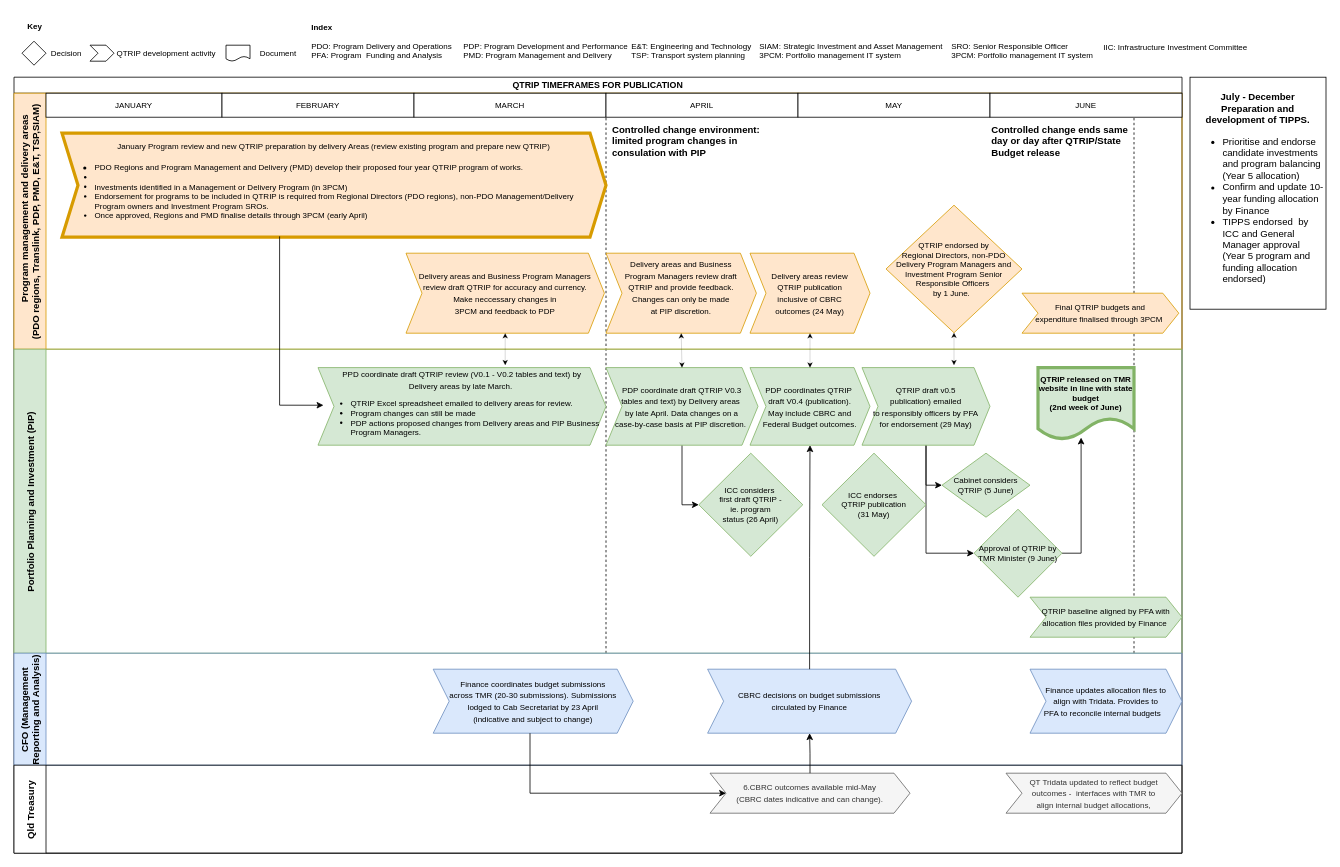
The draw.io diagram page "QTRIP" (1 of 5) of QTRIP and financial mapping.drawio in tzforster/great-suppository-name, before the edit. Source tidied: cells renumbered, new cells numbered last; positions are measured from the earlier drawing's top-left corner, leaving out a move shared by most shapes. Both pictures are drawn from the tidied source at 80%, with x=0, y=0 at pixel (14, 14).
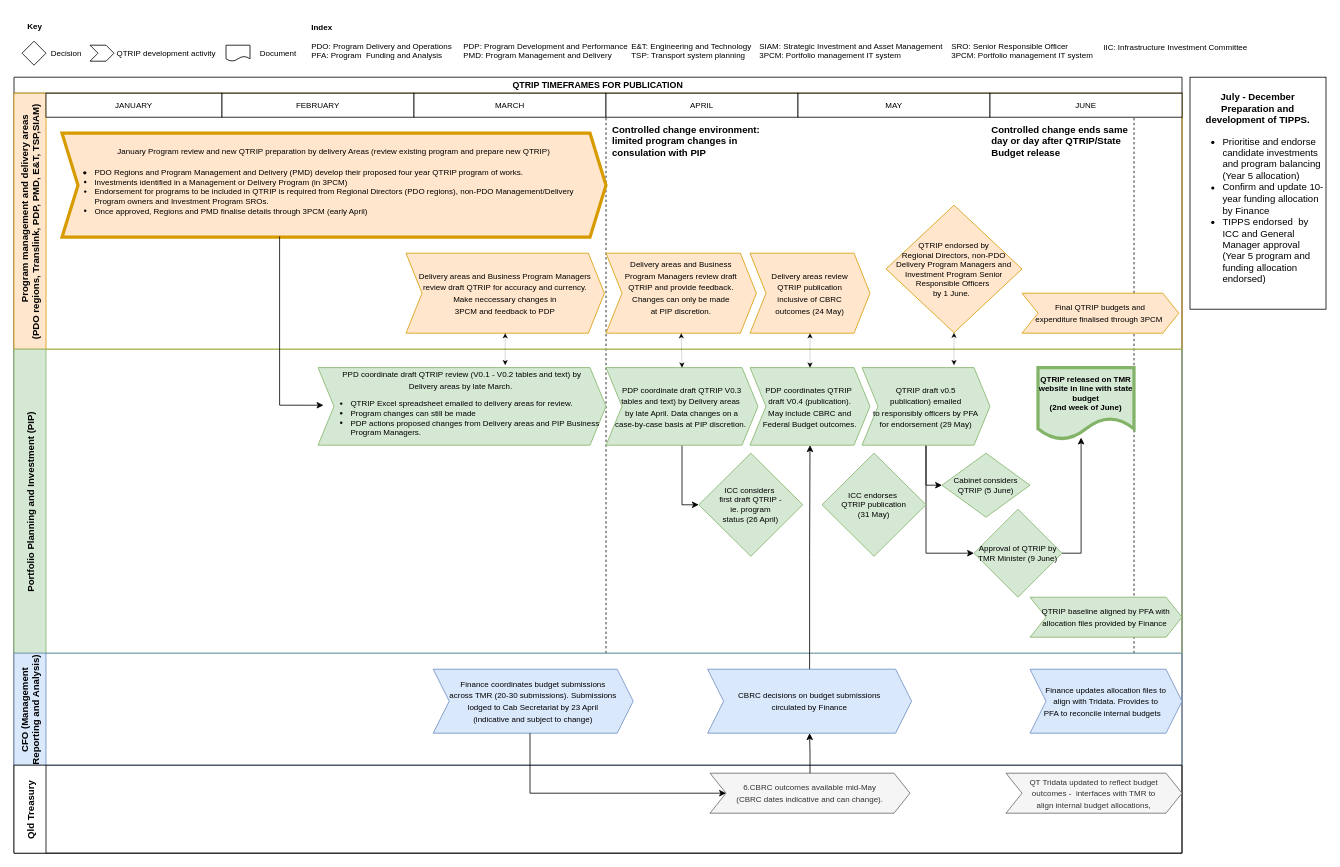
After the change.

The change refers to these unchanged cells:
```xml
<mxCell id="5" value="            Program management and delivery areas  &#10;(PDO regions, Translink, PDP, PMD, E&amp;T, TSP,SIAM)" style="swimlane;startSize=40;horizontal=0;fillColor=#ffe6cc;strokeColor=#d79b00;" parent="2" vertex="1">
  <mxGeometry y="20" width="1460" height="320" as="geometry" />
</mxCell>
```

The edit, as a diff of the source:
```diff
@@
-    <mxCell id="18" value="&lt;span style=&quot;text-align: left; background-color: initial;&quot;&gt;&lt;span style=&quot;font-size: 10px;&quot;&gt;January Program review and new QTRIP preparation&amp;nbsp;by delivery Areas (review existing program and prepare new QTRIP)&lt;/span&gt;&lt;/span&gt;&lt;span style=&quot;font-size: 10px;&quot;&gt;&lt;br&gt;&lt;/span&gt;&lt;div style=&quot;text-align: left;&quot;&gt;&lt;ul style=&quot;&quot;&gt;&lt;li style=&quot;&quot;&gt;&lt;span style=&quot;font-size: 10px;&quot;&gt;PDO Regions and Program Management and Delivery (PMD) develop their proposed four year QTRIP program of works.&amp;nbsp;&lt;/span&gt;&lt;br&gt;&lt;/li&gt;&lt;li style=&quot;border-color: var(--border-color); font-size: 10px;&quot;&gt;&lt;br&gt;&lt;/li&gt;&lt;li style=&quot;font-size: 10px;&quot;&gt;&lt;span style=&quot;font-size: 10px;&quot;&gt;Investments identified in a Management or Delivery Program (in 3PCM)&lt;/span&gt;&lt;/li&gt;&lt;li style=&quot;font-size: 10px;&quot;&gt;&lt;span style=&quot;font-size: 10px;&quot;&gt;Endorsement for programs to be included in QTRIP is required from Regional Directors (PDO regions), non-PDO Management/Delivery Program owners and Investment Program SROs.&amp;nbsp;&lt;/span&gt;&lt;/li&gt;&lt;li style=&quot;font-size: 10px;&quot;&gt;&lt;span style=&quot;font-size: 10px;&quot;&gt;Once approved, Regions and PMD finalise details through 3PCM (early April)&lt;/span&gt;&lt;/li&gt;&lt;/ul&gt;&lt;/div&gt;" style="shape=step;perimeter=stepPerimeter;whiteSpace=wrap;html=1;fixedSize=1;fillColor=#ffe6cc;strokeColor=#d79b00;strokeWidth=4;" parent="5" vertex="1">
+    <mxCell id="18" value="&lt;span style=&quot;text-align: left; background-color: initial;&quot;&gt;&lt;span style=&quot;font-size: 10px;&quot;&gt;January Program review and new QTRIP preparation&amp;nbsp;by delivery Areas (review existing program and prepare new QTRIP)&lt;/span&gt;&lt;/span&gt;&lt;span style=&quot;font-size: 10px;&quot;&gt;&lt;br&gt;&lt;/span&gt;&lt;div style=&quot;text-align: left;&quot;&gt;&lt;ul style=&quot;&quot;&gt;&lt;li style=&quot;&quot;&gt;&lt;span style=&quot;font-size: 10px;&quot;&gt;PDO Regions and Program Management and Delivery (PMD) develop their proposed four year QTRIP program of works.&amp;nbsp;&lt;/span&gt;&lt;br&gt;&lt;/li&gt;&lt;li style=&quot;border-color: var(--border-color); font-size: 10px;&quot;&gt;&lt;span style=&quot;background-color: initial;&quot;&gt;Investments identified in a Management or Delivery Program (in 3PCM)&lt;/span&gt;&lt;br&gt;&lt;/li&gt;&lt;li style=&quot;font-size: 10px;&quot;&gt;&lt;span style=&quot;font-size: 10px;&quot;&gt;Endorsement for programs to be included in QTRIP is required from Regional Directors (PDO regions), non-PDO Management/Delivery Program owners and Investment Program SROs.&amp;nbsp;&lt;/span&gt;&lt;/li&gt;&lt;li style=&quot;font-size: 10px;&quot;&gt;&lt;span style=&quot;font-size: 10px;&quot;&gt;Once approved, Regions and PMD finalise details through 3PCM (early April)&lt;/span&gt;&lt;/li&gt;&lt;/ul&gt;&lt;/div&gt;" style="shape=step;perimeter=stepPerimeter;whiteSpace=wrap;html=1;fixedSize=1;fillColor=#ffe6cc;strokeColor=#d79b00;strokeWidth=4;" parent="5" vertex="1">
       <mxGeometry x="60" y="50" width="680" height="130" as="geometry" />
     </mxCell>
```
